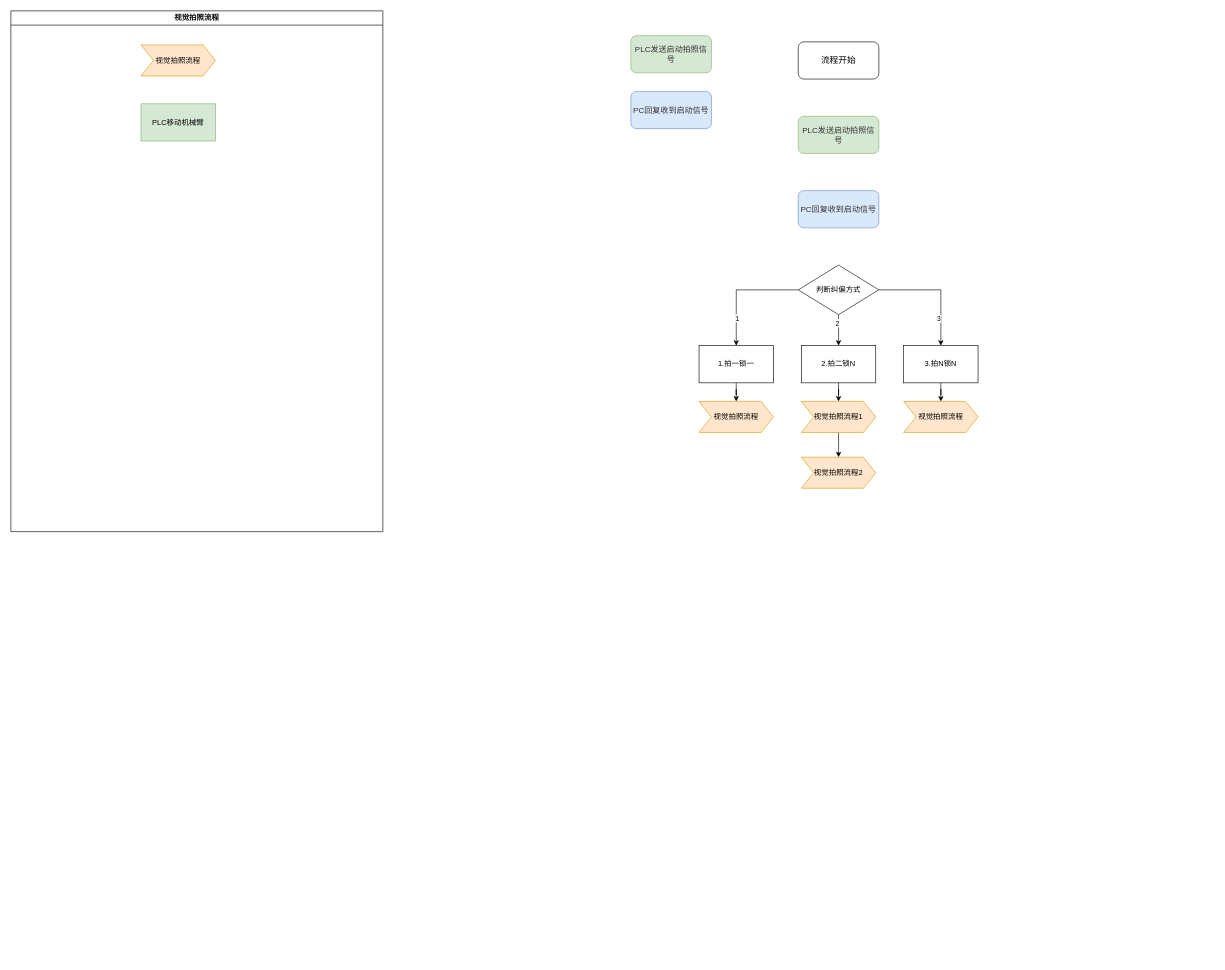
Earlier version of the draw.io diagram 视觉流程.drawio (JinHui1234/WorkflowDrawFile). Source tidied: cells renumbered, new cells numbered last; positions are measured from the earlier drawing's top-left corner, leaving out a move shared by most shapes. Both pictures are drawn from the tidied source at 62%, with x=0, y=0 at pixel (11, 11).
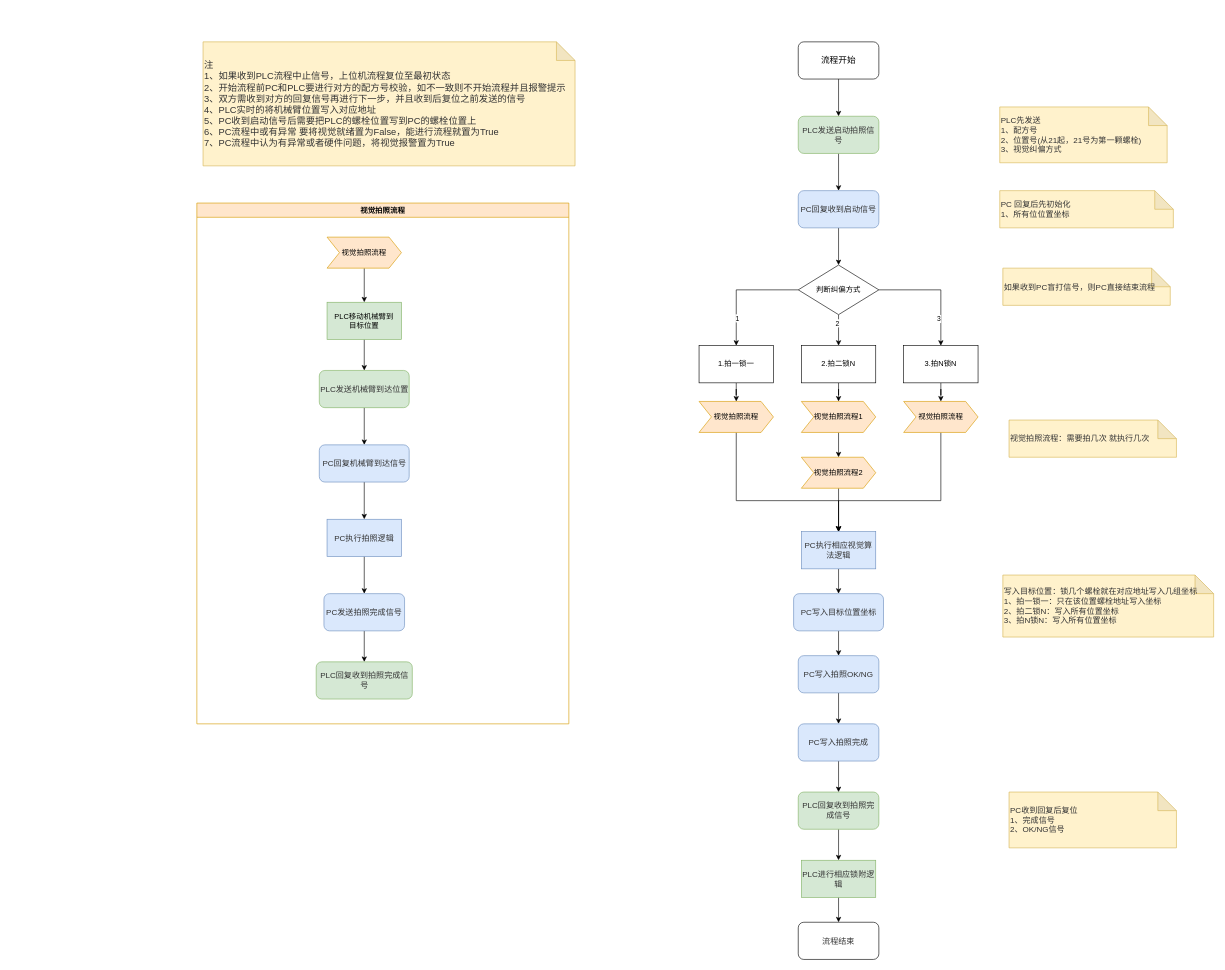
The same diagram, later.

Commit message (it also covers changes not shown here):
更新视觉流程.drawio

The change refers to these unchanged cells:
```xml
<mxCell id="2" value="&lt;font style=&quot;font-size: 14px;&quot;&gt;流程开始&lt;/font&gt;" style="rounded=1;whiteSpace=wrap;html=1;" parent="1" vertex="1">
  <mxGeometry x="1270" y="50" width="130" height="60" as="geometry" />
</mxCell>
<mxCell id="3" value="&lt;span style=&quot;color: rgb(50, 50, 50); font-family: &amp;quot;Microsoft YaHei&amp;quot;, 微软雅黑, Arial; font-size: 13px; background-color: rgba(255, 255, 255, 0.01);&quot;&gt;PLC发送启动拍照信号&lt;/span&gt;" style="rounded=1;whiteSpace=wrap;html=1;fillColor=#d5e8d4;strokeColor=#82b366;" parent="1" vertex="1">
  <mxGeometry x="1270" y="170" width="130" height="60" as="geometry" />
</mxCell>
<mxCell id="4" value="&lt;span style=&quot;color: rgb(50, 50, 50); font-family: &amp;quot;Microsoft YaHei&amp;quot;, 微软雅黑, Arial; font-size: 13px; background-color: rgba(255, 255, 255, 0.01);&quot;&gt;PC回复收到启动信号&lt;/span&gt;" style="rounded=1;whiteSpace=wrap;html=1;fillColor=#dae8fc;strokeColor=#6c8ebf;" parent="1" vertex="1">
  <mxGeometry x="1270" y="290" width="130" height="60" as="geometry" />
</mxCell>
<mxCell id="13" value="判断纠偏方式" style="rhombus;whiteSpace=wrap;html=1;" parent="1" vertex="1">
  <mxGeometry x="1270" y="410" width="130" height="80" as="geometry" />
</mxCell>
<mxCell id="21" value="视觉拍照流程" style="shape=step;perimeter=stepPerimeter;whiteSpace=wrap;html=1;fixedSize=1;fillColor=#ffe6cc;strokeColor=#d79b00;" parent="20" vertex="1">
  <mxGeometry x="210" y="55" width="120" height="50" as="geometry" />
</mxCell>
<mxCell id="23" value="视觉拍照流程" style="shape=step;perimeter=stepPerimeter;whiteSpace=wrap;html=1;fixedSize=1;fillColor=#ffe6cc;strokeColor=#d79b00;" parent="1" vertex="1">
  <mxGeometry x="1110" y="630" width="120" height="50" as="geometry" />
</mxCell>
<mxCell id="26" value="视觉拍照流程" style="shape=step;perimeter=stepPerimeter;whiteSpace=wrap;html=1;fixedSize=1;fillColor=#ffe6cc;strokeColor=#d79b00;" parent="1" vertex="1">
  <mxGeometry x="1440" y="630" width="120" height="50" as="geometry" />
</mxCell>
<mxCell id="27" value="视觉拍照流程2" style="shape=step;perimeter=stepPerimeter;whiteSpace=wrap;html=1;fixedSize=1;fillColor=#ffe6cc;strokeColor=#d79b00;" parent="1" vertex="1">
  <mxGeometry x="1275" y="720" width="120" height="50" as="geometry" />
</mxCell>
```

What changed in the source:
```diff
@@
-<mxGraphModel>
+<mxGraphModel background="#FFFFFF">
@@
+    <mxCell id="28" style="edgeStyle=orthogonalEdgeStyle;rounded=0;jettySize=auto;html=1;exitX=0.5;exitY=1;exitDx=0;exitDy=0;" parent="1" edge="1" source="2" target="3">
+      <mxGeometry relative="1" as="geometry" />
+    </mxCell>
@@
+    <mxCell id="29" style="edgeStyle=orthogonalEdgeStyle;rounded=0;jettySize=auto;html=1;exitX=0.5;exitY=1;exitDx=0;exitDy=0;" parent="1" edge="1" source="3" target="4">
+      <mxGeometry relative="1" as="geometry" />
+    </mxCell>
@@
+    <mxCell id="30" style="edgeStyle=orthogonalEdgeStyle;rounded=0;jettySize=auto;html=1;exitX=0.5;exitY=1;exitDx=0;exitDy=0;" parent="1" edge="1" source="4" target="13">
+      <mxGeometry relative="1" as="geometry" />
+    </mxCell>
@@
-    <mxCell id="5" value="&lt;span style=&quot;color: rgb(50, 50, 50); font-family: &amp;quot;Microsoft YaHei&amp;quot;, 微软雅黑, Arial; font-size: 13px; background-color: rgba(255, 255, 255, 0.01);&quot;&gt;PLC发送启动拍照信号&lt;/span&gt;" style="rounded=1;whiteSpace=wrap;html=1;fillColor=#d5e8d4;strokeColor=#82b366;" parent="1" vertex="1">
-      <mxGeometry x="1000" y="40" width="130" height="60" as="geometry" />
-    </mxCell>
-    <mxCell id="6" value="&lt;span style=&quot;color: rgb(50, 50, 50); font-family: &amp;quot;Microsoft YaHei&amp;quot;, 微软雅黑, Arial; font-size: 13px; background-color: rgba(255, 255, 255, 0.01);&quot;&gt;PC回复收到启动信号&lt;/span&gt;" style="rounded=1;whiteSpace=wrap;html=1;fillColor=#dae8fc;strokeColor=#6c8ebf;" parent="1" vertex="1">
-      <mxGeometry x="1000" y="130" width="130" height="60" as="geometry" />
-    </mxCell>
@@
-    <mxCell id="20" value="视觉拍照流程" style="swimlane;whiteSpace=wrap;html=1;" parent="1" vertex="1">
-      <mxGeometry width="600" height="840" as="geometry" />
+    <mxCell id="20" value="视觉拍照流程" style="swimlane;whiteSpace=wrap;html=1;fillColor=#ffe6cc;strokeColor=#d79b00;" parent="1" vertex="1">
+      <mxGeometry x="300" y="310" width="600" height="840" as="geometry" />
     </mxCell>
+    <mxCell id="31" style="edgeStyle=orthogonalEdgeStyle;rounded=0;jettySize=auto;html=1;exitX=0.5;exitY=1;exitDx=0;exitDy=0;" parent="20" edge="1" source="21" target="22">
+      <mxGeometry relative="1" as="geometry" />
+    </mxCell>
@@
+    <mxCell id="32" style="edgeStyle=orthogonalEdgeStyle;rounded=0;jettySize=auto;html=1;exitX=0.5;exitY=1;exitDx=0;exitDy=0;" parent="20" edge="1" source="22" target="34">
+      <mxGeometry relative="1" as="geometry" />
+    </mxCell>
-    <mxCell id="22" value="PLC移动机械臂" style="rounded=0;whiteSpace=wrap;html=1;fillColor=#d5e8d4;strokeColor=#82b366;" parent="20" vertex="1">
-      <mxGeometry x="210" y="150" width="120" height="60" as="geometry" />
+    <mxCell id="22" value="PLC移动机械臂到&lt;br&gt;目标位置" style="rounded=0;whiteSpace=wrap;html=1;fillColor=#d5e8d4;strokeColor=#82b366;" parent="20" vertex="1">
+      <mxGeometry x="210" y="160" width="120" height="60" as="geometry" />
     </mxCell>
+    <mxCell id="33" style="edgeStyle=orthogonalEdgeStyle;rounded=0;jettySize=auto;html=1;exitX=0.5;exitY=1;exitDx=0;exitDy=0;" parent="20" edge="1" source="34" target="37">
+      <mxGeometry relative="1" as="geometry" />
+    </mxCell>
+    <mxCell id="34" value="&lt;span style=&quot;color: rgb(50, 50, 50); font-family: &amp;quot;Microsoft YaHei&amp;quot;, 微软雅黑, Arial; font-size: 13px; background-color: rgba(255, 255, 255, 0.01);&quot;&gt;PLC发送机械臂到达位置&lt;/span&gt;" style="rounded=1;whiteSpace=wrap;html=1;fillColor=#d5e8d4;strokeColor=#82b366;" parent="20" vertex="1">
+      <mxGeometry x="197.5" y="270" width="145" height="60" as="geometry" />
+    </mxCell>
+    <mxCell id="35" value="&lt;span style=&quot;color: rgb(50, 50, 50); font-family: &amp;quot;Microsoft YaHei&amp;quot;, 微软雅黑, Arial; font-size: 13px; background-color: rgba(255, 255, 255, 0.01);&quot;&gt;PLC回复收到拍照完成信号&lt;/span&gt;" style="rounded=1;whiteSpace=wrap;html=1;fillColor=#d5e8d4;strokeColor=#82b366;" parent="20" vertex="1">
+      <mxGeometry x="192.5" y="740" width="155" height="60" as="geometry" />
+    </mxCell>
+    <mxCell id="36" style="edgeStyle=orthogonalEdgeStyle;rounded=0;jettySize=auto;html=1;exitX=0.5;exitY=1;exitDx=0;exitDy=0;" parent="20" edge="1" source="37" target="41">
+      <mxGeometry relative="1" as="geometry" />
+    </mxCell>
+    <mxCell id="37" value="&lt;span style=&quot;color: rgb(50, 50, 50); font-family: &amp;quot;Microsoft YaHei&amp;quot;, 微软雅黑, Arial; font-size: 13px; background-color: rgba(255, 255, 255, 0.01);&quot;&gt;PC回复机械臂到达信号&lt;/span&gt;" style="rounded=1;whiteSpace=wrap;html=1;fillColor=#dae8fc;strokeColor=#6c8ebf;" parent="20" vertex="1">
+      <mxGeometry x="197.5" y="390" width="145" height="60" as="geometry" />
+    </mxCell>
+    <mxCell id="38" style="edgeStyle=orthogonalEdgeStyle;rounded=0;jettySize=auto;html=1;exitX=0.5;exitY=1;exitDx=0;exitDy=0;" parent="20" edge="1" source="39" target="35">
+      <mxGeometry relative="1" as="geometry" />
+    </mxCell>
+    <mxCell id="39" value="&lt;span style=&quot;color: rgb(50, 50, 50); font-family: &amp;quot;Microsoft YaHei&amp;quot;, 微软雅黑, Arial; font-size: 13px; background-color: rgba(255, 255, 255, 0.01);&quot;&gt;PC发送拍照完成信号&lt;/span&gt;" style="rounded=1;whiteSpace=wrap;html=1;fillColor=#dae8fc;strokeColor=#6c8ebf;" parent="20" vertex="1">
+      <mxGeometry x="205" y="630" width="130" height="60" as="geometry" />
+    </mxCell>
+    <mxCell id="40" style="edgeStyle=orthogonalEdgeStyle;rounded=0;jettySize=auto;html=1;exitX=0.5;exitY=1;exitDx=0;exitDy=0;" parent="20" edge="1" source="41" target="39">
+      <mxGeometry relative="1" as="geometry" />
+    </mxCell>
+    <mxCell id="41" value="&lt;span style=&quot;color: rgb(50, 50, 50); font-family: &amp;quot;Microsoft YaHei&amp;quot;, 微软雅黑, Arial; font-size: 13px; background-color: rgba(255, 255, 255, 0.01);&quot;&gt;PC执行拍照逻辑&lt;/span&gt;" style="rounded=0;whiteSpace=wrap;html=1;fillColor=#dae8fc;strokeColor=#6c8ebf;" parent="20" vertex="1">
+      <mxGeometry x="210" y="510" width="120" height="60" as="geometry" />
+    </mxCell>
+    <mxCell id="42" style="edgeStyle=orthogonalEdgeStyle;rounded=0;jettySize=auto;html=1;exitX=0.5;exitY=1;exitDx=0;exitDy=0;" parent="1" edge="1" source="23" target="50">
+      <mxGeometry relative="1" as="geometry">
+        <Array as="points">
+          <mxPoint x="1170" y="790" />
+          <mxPoint x="1335" y="790" />
+        </Array>
+      </mxGeometry>
+    </mxCell>
@@
+    <mxCell id="43" style="edgeStyle=orthogonalEdgeStyle;rounded=0;jettySize=auto;html=1;exitX=0.5;exitY=1;exitDx=0;exitDy=0;entryX=0.5;entryY=0;entryDx=0;entryDy=0;" parent="1" edge="1" source="26" target="50">
+      <mxGeometry relative="1" as="geometry">
+        <Array as="points">
+          <mxPoint x="1500" y="790" />
+          <mxPoint x="1335" y="790" />
+        </Array>
+      </mxGeometry>
+    </mxCell>
@@
+    <mxCell id="44" style="edgeStyle=orthogonalEdgeStyle;rounded=0;jettySize=auto;html=1;exitX=0.5;exitY=1;exitDx=0;exitDy=0;" parent="1" edge="1" source="27" target="50">
+      <mxGeometry relative="1" as="geometry" />
+    </mxCell>
@@
+    <mxCell id="45" style="edgeStyle=orthogonalEdgeStyle;rounded=0;jettySize=auto;html=1;exitX=0.5;exitY=1;exitDx=0;exitDy=0;" parent="1" edge="1" source="46" target="57">
+      <mxGeometry relative="1" as="geometry" />
+    </mxCell>
+    <mxCell id="46" value="&lt;span style=&quot;color: rgb(50, 50, 50); font-family: &amp;quot;Microsoft YaHei&amp;quot;, 微软雅黑, Arial; font-size: 13px; background-color: rgba(255, 255, 255, 0.01);&quot;&gt;PC写入拍照OK/NG&lt;/span&gt;" style="rounded=1;whiteSpace=wrap;html=1;fillColor=#dae8fc;strokeColor=#6c8ebf;" parent="1" vertex="1">
+      <mxGeometry x="1270" y="1040" width="130" height="60" as="geometry" />
+    </mxCell>
+    <mxCell id="47" style="edgeStyle=orthogonalEdgeStyle;rounded=0;jettySize=auto;html=1;exitX=0.5;exitY=1;exitDx=0;exitDy=0;" parent="1" edge="1" source="48" target="46">
+      <mxGeometry relative="1" as="geometry" />
+    </mxCell>
+    <mxCell id="48" value="&lt;span style=&quot;color: rgb(50, 50, 50); font-family: &amp;quot;Microsoft YaHei&amp;quot;, 微软雅黑, Arial; font-size: 13px; background-color: rgba(255, 255, 255, 0.01);&quot;&gt;PC写入目标位置坐标&lt;/span&gt;" style="rounded=1;whiteSpace=wrap;html=1;fillColor=#dae8fc;strokeColor=#6c8ebf;" parent="1" vertex="1">
+      <mxGeometry x="1262.5" y="940" width="145" height="60" as="geometry" />
+    </mxCell>
+    <mxCell id="49" style="edgeStyle=orthogonalEdgeStyle;rounded=0;jettySize=auto;html=1;exitX=0.5;exitY=1;exitDx=0;exitDy=0;entryX=0.5;entryY=0;entryDx=0;entryDy=0;" parent="1" edge="1" source="50" target="48">
+      <mxGeometry relative="1" as="geometry" />
+    </mxCell>
+    <mxCell id="50" value="&lt;span style=&quot;color: rgb(50, 50, 50); font-family: &amp;quot;Microsoft YaHei&amp;quot;, 微软雅黑, Arial; font-size: 13px; background-color: rgba(255, 255, 255, 0.01);&quot;&gt;PC执行相应视觉算法逻辑&lt;/span&gt;" style="rounded=0;whiteSpace=wrap;html=1;fillColor=#dae8fc;strokeColor=#6c8ebf;" parent="1" vertex="1">
+      <mxGeometry x="1275" y="840" width="120" height="60" as="geometry" />
+    </mxCell>
+    <mxCell id="51" style="edgeStyle=orthogonalEdgeStyle;rounded=0;jettySize=auto;html=1;exitX=0.5;exitY=1;exitDx=0;exitDy=0;" parent="1" edge="1" source="52" target="54">
+      <mxGeometry relative="1" as="geometry" />
+    </mxCell>
+    <mxCell id="52" value="&lt;span style=&quot;color: rgb(50, 50, 50); font-family: &amp;quot;Microsoft YaHei&amp;quot;, 微软雅黑, Arial; font-size: 13px; background-color: rgba(255, 255, 255, 0.01);&quot;&gt;PLC回复收到拍照完成信号&lt;/span&gt;" style="rounded=1;whiteSpace=wrap;html=1;fillColor=#d5e8d4;strokeColor=#82b366;" parent="1" vertex="1">
+      <mxGeometry x="1270" y="1260" width="130" height="60" as="geometry" />
+    </mxCell>
+    <mxCell id="53" style="edgeStyle=orthogonalEdgeStyle;rounded=0;jettySize=auto;html=1;exitX=0.5;exitY=1;exitDx=0;exitDy=0;" parent="1" edge="1" source="54" target="55">
+      <mxGeometry relative="1" as="geometry" />
+    </mxCell>
+    <mxCell id="54" value="&lt;span style=&quot;color: rgb(50, 50, 50); font-family: &amp;quot;Microsoft YaHei&amp;quot;, 微软雅黑, Arial; font-size: 13px; background-color: rgba(255, 255, 255, 0.01);&quot;&gt;PLC进行相应锁附逻辑&lt;/span&gt;" style="rounded=0;whiteSpace=wrap;html=1;fillColor=#d5e8d4;strokeColor=#82b366;" parent="1" vertex="1">
+      <mxGeometry x="1275" y="1370" width="120" height="60" as="geometry" />
+    </mxCell>
+    <mxCell id="55" value="&lt;span style=&quot;color: rgb(50, 50, 50); font-family: &amp;quot;Microsoft YaHei&amp;quot;, 微软雅黑, Arial; font-size: 13px; background-color: rgba(255, 255, 255, 0.01);&quot;&gt;流程结束&lt;/span&gt;" style="rounded=1;whiteSpace=wrap;html=1;" parent="1" vertex="1">
+      <mxGeometry x="1270" y="1470" width="130" height="60" as="geometry" />
+    </mxCell>
+    <mxCell id="56" style="edgeStyle=orthogonalEdgeStyle;rounded=0;jettySize=auto;html=1;exitX=0.5;exitY=1;exitDx=0;exitDy=0;" parent="1" edge="1" source="57" target="52">
+      <mxGeometry relative="1" as="geometry" />
+    </mxCell>
+    <mxCell id="57" value="&lt;span style=&quot;color: rgb(50, 50, 50); font-family: &amp;quot;Microsoft YaHei&amp;quot;, 微软雅黑, Arial; font-size: 13px; background-color: rgba(255, 255, 255, 0.01);&quot;&gt;PC写入拍照完成&lt;/span&gt;" style="rounded=1;whiteSpace=wrap;html=1;fillColor=#dae8fc;strokeColor=#6c8ebf;" parent="1" vertex="1">
+      <mxGeometry x="1270" y="1150" width="130" height="60" as="geometry" />
+    </mxCell>
+    <mxCell id="58" value="&lt;span style=&quot;color: rgb(50, 50, 50); font-family: &amp;quot;Microsoft YaHei&amp;quot;, 微软雅黑, Arial; font-size: 15px; background-color: rgba(255, 255, 255, 0.01);&quot;&gt;注&lt;/span&gt;&lt;br style=&quot;color: rgb(50, 50, 50); font-family: &amp;quot;Microsoft YaHei&amp;quot;, 微软雅黑, Arial; font-size: 15px;&quot;&gt;&lt;span style=&quot;color: rgb(50, 50, 50); font-family: &amp;quot;Microsoft YaHei&amp;quot;, 微软雅黑, Arial; font-size: 15px; background-color: rgba(255, 255, 255, 0.01);&quot;&gt;1、如果收到PLC流程中止信号，上位机流程复位至最初状态&lt;/span&gt;&lt;br style=&quot;color: rgb(50, 50, 50); font-family: &amp;quot;Microsoft YaHei&amp;quot;, 微软雅黑, Arial; font-size: 15px;&quot;&gt;&lt;span style=&quot;color: rgb(50, 50, 50); font-family: &amp;quot;Microsoft YaHei&amp;quot;, 微软雅黑, Arial; font-size: 15px; background-color: rgba(255, 255, 255, 0.01);&quot;&gt;2、开始流程前PC和PLC要进行对方的配方号校验，如不一致则不开始流程并且报警提示&lt;/span&gt;&lt;br style=&quot;color: rgb(50, 50, 50); font-family: &amp;quot;Microsoft YaHei&amp;quot;, 微软雅黑, Arial; font-size: 15px;&quot;&gt;&lt;span style=&quot;color: rgb(50, 50, 50); font-family: &amp;quot;Microsoft YaHei&amp;quot;, 微软雅黑, Arial; font-size: 15px; background-color: rgba(255, 255, 255, 0.01);&quot;&gt;3、双方需收到对方的回复信号再进行下一步，并且收到后复位之前发送的信号&lt;/span&gt;&lt;br style=&quot;color: rgb(50, 50, 50); font-family: &amp;quot;Microsoft YaHei&amp;quot;, 微软雅黑, Arial; font-size: 15px;&quot;&gt;&lt;span style=&quot;color: rgb(50, 50, 50); font-family: &amp;quot;Microsoft YaHei&amp;quot;, 微软雅黑, Arial; font-size: 15px; background-color: rgba(255, 255, 255, 0.01);&quot;&gt;4、PLC实时的将机械臂位置写入对应地址&lt;/span&gt;&lt;br style=&quot;color: rgb(50, 50, 50); font-family: &amp;quot;Microsoft YaHei&amp;quot;, 微软雅黑, Arial; font-size: 15px;&quot;&gt;&lt;span style=&quot;color: rgb(50, 50, 50); font-family: &amp;quot;Microsoft YaHei&amp;quot;, 微软雅黑, Arial; font-size: 15px; background-color: rgba(255, 255, 255, 0.01);&quot;&gt;5、PC收到启动信号后需要把PLC的螺栓位置写到PC的螺栓位置上&lt;/span&gt;&lt;br style=&quot;color: rgb(50, 50, 50); font-family: &amp;quot;Microsoft YaHei&amp;quot;, 微软雅黑, Arial; font-size: 15px;&quot;&gt;&lt;span style=&quot;color: rgb(50, 50, 50); font-family: &amp;quot;Microsoft YaHei&amp;quot;, 微软雅黑, Arial; font-size: 15px; background-color: rgba(255, 255, 255, 0.01);&quot;&gt;6、PC流程中或有异常 要将视觉就绪置为False，能进行流程就置为True&lt;/span&gt;&lt;br style=&quot;color: rgb(50, 50, 50); font-family: &amp;quot;Microsoft YaHei&amp;quot;, 微软雅黑, Arial; font-size: 15px;&quot;&gt;&lt;span style=&quot;color: rgb(50, 50, 50); font-family: &amp;quot;Microsoft YaHei&amp;quot;, 微软雅黑, Arial; font-size: 15px; background-color: rgba(255, 255, 255, 0.01);&quot;&gt;7、PC流程中认为有异常或者硬件问题，将视觉报警置为True&lt;/span&gt;" style="shape=note;whiteSpace=wrap;html=1;backgroundOutline=1;darkOpacity=0.05;align=left;fillColor=#fff2cc;strokeColor=#d6b656;" parent="1" vertex="1">
+      <mxGeometry x="310" y="50" width="600" height="200" as="geometry" />
+    </mxCell>
+    <mxCell id="59" value="&lt;span style=&quot;color: rgb(50, 50, 50); font-family: &amp;quot;Microsoft YaHei&amp;quot;, 微软雅黑, Arial; font-size: 13px; background-color: rgba(255, 255, 255, 0.01);&quot;&gt;PLC先发送&lt;/span&gt;&lt;br style=&quot;color: rgb(50, 50, 50); font-family: &amp;quot;Microsoft YaHei&amp;quot;, 微软雅黑, Arial; font-size: 13px;&quot;&gt;&lt;span style=&quot;color: rgb(50, 50, 50); font-family: &amp;quot;Microsoft YaHei&amp;quot;, 微软雅黑, Arial; font-size: 13px; background-color: rgba(255, 255, 255, 0.01);&quot;&gt;1、配方号&lt;/span&gt;&lt;br style=&quot;color: rgb(50, 50, 50); font-family: &amp;quot;Microsoft YaHei&amp;quot;, 微软雅黑, Arial; font-size: 13px;&quot;&gt;&lt;span style=&quot;color: rgb(50, 50, 50); font-family: &amp;quot;Microsoft YaHei&amp;quot;, 微软雅黑, Arial; font-size: 13px; background-color: rgba(255, 255, 255, 0.01);&quot;&gt;2、位置号(从21起，21号为第一颗螺栓)&lt;/span&gt;&lt;br style=&quot;color: rgb(50, 50, 50); font-family: &amp;quot;Microsoft YaHei&amp;quot;, 微软雅黑, Arial; font-size: 13px;&quot;&gt;&lt;span style=&quot;color: rgb(50, 50, 50); font-family: &amp;quot;Microsoft YaHei&amp;quot;, 微软雅黑, Arial; font-size: 13px; background-color: rgba(255, 255, 255, 0.01);&quot;&gt;3、视觉纠偏方式&lt;/span&gt;" style="shape=note;whiteSpace=wrap;html=1;backgroundOutline=1;darkOpacity=0.05;align=left;fillColor=#fff2cc;strokeColor=#d6b656;" parent="1" vertex="1">
+      <mxGeometry x="1595" y="155" width="270" height="90" as="geometry" />
+    </mxCell>
+    <mxCell id="60" value="&lt;span style=&quot;color: rgb(50, 50, 50); font-family: &amp;quot;Microsoft YaHei&amp;quot;, 微软雅黑, Arial; font-size: 13px; background-color: rgba(255, 255, 255, 0.01);&quot;&gt;PC 回复后先初始化&lt;/span&gt;&lt;br style=&quot;color: rgb(50, 50, 50); font-family: &amp;quot;Microsoft YaHei&amp;quot;, 微软雅黑, Arial; font-size: 13px;&quot;&gt;&lt;span style=&quot;color: rgb(50, 50, 50); font-family: &amp;quot;Microsoft YaHei&amp;quot;, 微软雅黑, Arial; font-size: 13px; background-color: rgba(255, 255, 255, 0.01);&quot;&gt;1、所有位位置坐标&lt;/span&gt;" style="shape=note;whiteSpace=wrap;html=1;backgroundOutline=1;darkOpacity=0.05;align=left;fillColor=#fff2cc;strokeColor=#d6b656;" parent="1" vertex="1">
+      <mxGeometry x="1595" y="290" width="280" height="60" as="geometry" />
+    </mxCell>
+    <mxCell id="61" value="&lt;span style=&quot;color: rgb(50, 50, 50); font-family: &amp;quot;Microsoft YaHei&amp;quot;, 微软雅黑, Arial; font-size: 13px; text-align: center; background-color: rgba(255, 255, 255, 0.01);&quot;&gt;如果收到PC盲打信号，则PC直接结束流程&lt;/span&gt;" style="shape=note;whiteSpace=wrap;html=1;backgroundOutline=1;darkOpacity=0.05;align=left;fillColor=#fff2cc;strokeColor=#d6b656;" parent="1" vertex="1">
+      <mxGeometry x="1600" y="415" width="270" height="60" as="geometry" />
+    </mxCell>
+    <mxCell id="62" value="&lt;span style=&quot;color: rgb(50, 50, 50); font-family: &amp;quot;Microsoft YaHei&amp;quot;, 微软雅黑, Arial; font-size: 13px; text-align: center; background-color: rgba(255, 255, 255, 0.01);&quot;&gt;视觉拍照流程：需要拍几次 就执行几次&lt;/span&gt;" style="shape=note;whiteSpace=wrap;html=1;backgroundOutline=1;darkOpacity=0.05;align=left;fillColor=#fff2cc;strokeColor=#d6b656;" parent="1" vertex="1">
+      <mxGeometry x="1610" y="660" width="270" height="60" as="geometry" />
+    </mxCell>
+    <mxCell id="63" value="&lt;span style=&quot;color: rgb(50, 50, 50); font-family: &amp;quot;Microsoft YaHei&amp;quot;, 微软雅黑, Arial; font-size: 13px; background-color: rgba(255, 255, 255, 0.01);&quot;&gt;写入目标位置：锁几个螺栓就在对应地址写入几组坐标&lt;/span&gt;&lt;br style=&quot;color: rgb(50, 50, 50); font-family: &amp;quot;Microsoft YaHei&amp;quot;, 微软雅黑, Arial; font-size: 13px;&quot;&gt;&lt;span style=&quot;color: rgb(50, 50, 50); font-family: &amp;quot;Microsoft YaHei&amp;quot;, 微软雅黑, Arial; font-size: 13px; background-color: rgba(255, 255, 255, 0.01);&quot;&gt;1、拍一锁一：只在该位置螺栓地址写入坐标&lt;/span&gt;&lt;br style=&quot;color: rgb(50, 50, 50); font-family: &amp;quot;Microsoft YaHei&amp;quot;, 微软雅黑, Arial; font-size: 13px;&quot;&gt;&lt;span style=&quot;color: rgb(50, 50, 50); font-family: &amp;quot;Microsoft YaHei&amp;quot;, 微软雅黑, Arial; font-size: 13px; background-color: rgba(255, 255, 255, 0.01);&quot;&gt;2、拍二锁N：写入所有位置坐标&lt;/span&gt;&lt;br style=&quot;color: rgb(50, 50, 50); font-family: &amp;quot;Microsoft YaHei&amp;quot;, 微软雅黑, Arial; font-size: 13px;&quot;&gt;&lt;span style=&quot;color: rgb(50, 50, 50); font-family: &amp;quot;Microsoft YaHei&amp;quot;, 微软雅黑, Arial; font-size: 13px; background-color: rgba(255, 255, 255, 0.01);&quot;&gt;3、拍N锁N：写入所有位置坐标&lt;/span&gt;" style="shape=note;whiteSpace=wrap;html=1;backgroundOutline=1;darkOpacity=0.05;align=left;fillColor=#fff2cc;strokeColor=#d6b656;" parent="1" vertex="1">
+      <mxGeometry x="1600" y="910" width="340" height="100" as="geometry" />
+    </mxCell>
+    <mxCell id="64" value="&lt;span style=&quot;color: rgb(50, 50, 50); font-family: &amp;quot;Microsoft YaHei&amp;quot;, 微软雅黑, Arial; font-size: 13px; background-color: rgba(255, 255, 255, 0.01);&quot;&gt;PC收到回复后复位&lt;/span&gt;&lt;br style=&quot;color: rgb(50, 50, 50); font-family: &amp;quot;Microsoft YaHei&amp;quot;, 微软雅黑, Arial; font-size: 13px;&quot;&gt;&lt;span style=&quot;color: rgb(50, 50, 50); font-family: &amp;quot;Microsoft YaHei&amp;quot;, 微软雅黑, Arial; font-size: 13px; background-color: rgba(255, 255, 255, 0.01);&quot;&gt;1、完成信号&lt;/span&gt;&lt;br style=&quot;color: rgb(50, 50, 50); font-family: &amp;quot;Microsoft YaHei&amp;quot;, 微软雅黑, Arial; font-size: 13px;&quot;&gt;&lt;span style=&quot;color: rgb(50, 50, 50); font-family: &amp;quot;Microsoft YaHei&amp;quot;, 微软雅黑, Arial; font-size: 13px; background-color: rgba(255, 255, 255, 0.01);&quot;&gt;2、OK/NG信号&lt;/span&gt;" style="shape=note;whiteSpace=wrap;html=1;backgroundOutline=1;darkOpacity=0.05;align=left;fillColor=#fff2cc;strokeColor=#d6b656;" parent="1" vertex="1">
+      <mxGeometry x="1610" y="1260" width="270" height="90" as="geometry" />
+    </mxCell>
```
